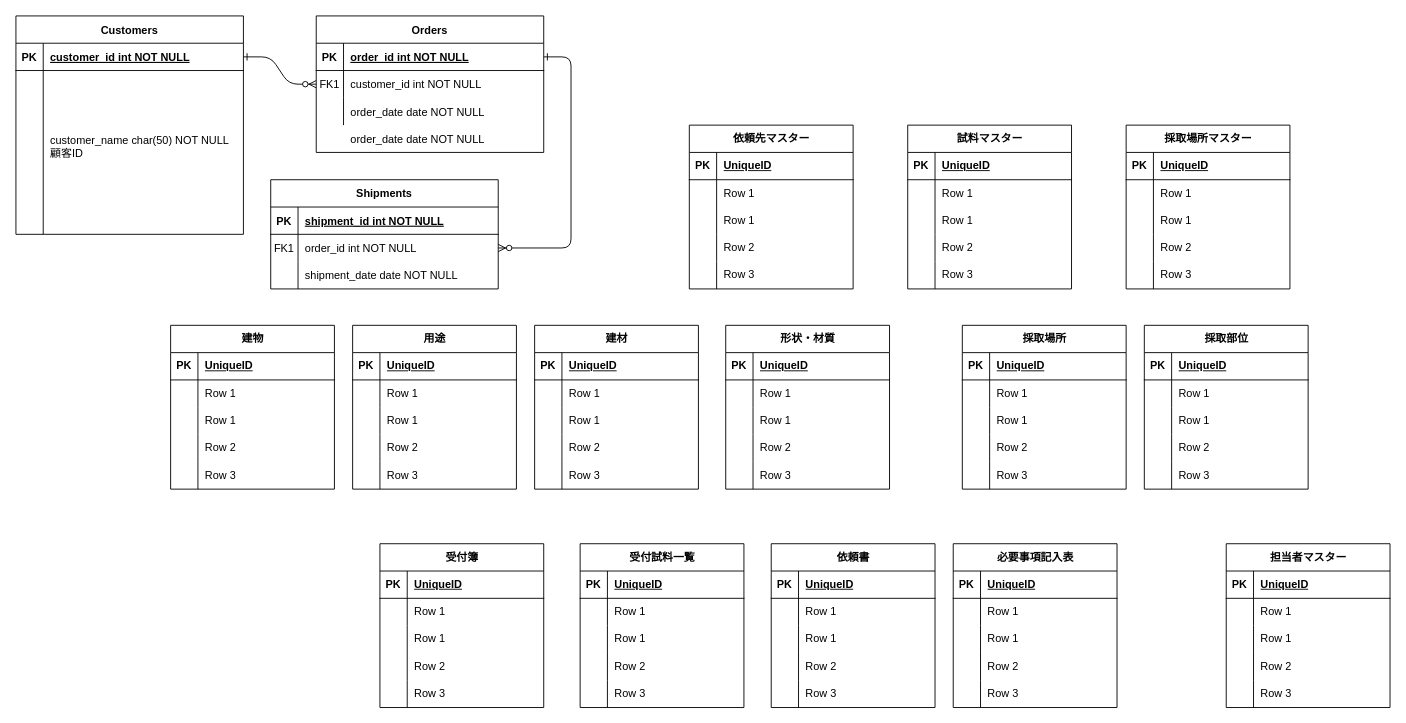
Earlier version of the draw.io diagram page "ER図" (2 of 2) of 試料分析システム.drawio (kaoru387/draw.io). Source tidied: cells renumbered, new cells numbered last; positions are measured from the earlier drawing's top-left corner, leaving out a move shared by most shapes. Both pictures are drawn from the tidied source at 91%, with x=0, y=0 at pixel (15, 15).
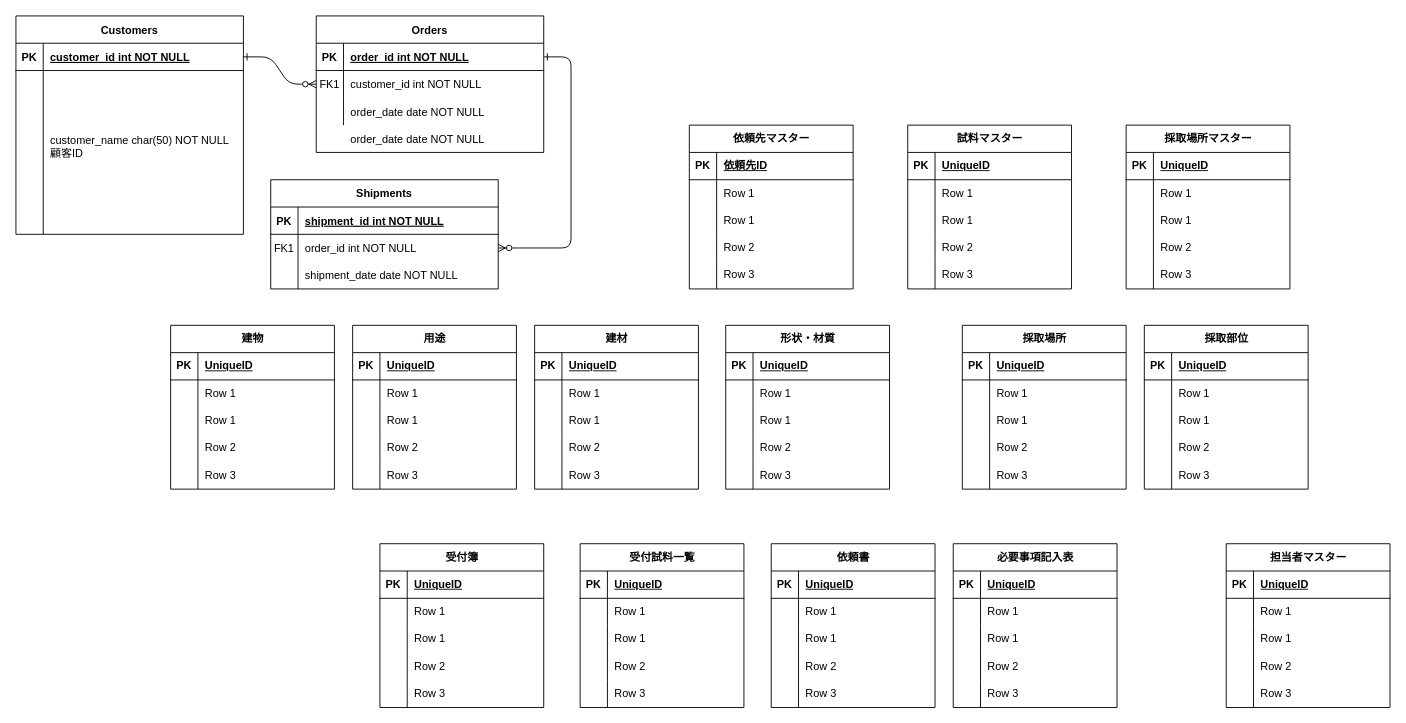
After the change.

The change refers to these unchanged cells:
```xml
<mxCell id="113" style="shape=tableRow;horizontal=0;startSize=0;swimlaneHead=0;swimlaneBody=0;fillColor=none;top=0;left=0;right=0;bottom=1;" parent="112" vertex="1">
  <mxGeometry y="30" width="180" height="30" as="geometry" />
</mxCell>
```

Change to the diagram source:
```diff
@@
-    <mxCell id="115" value="UniqueID" style="shape=partialRectangle;fillColor=none;top=0;left=0;bottom=0;right=0;align=left;spacingLeft=6;fontStyle=5;overflow=hidden;whiteSpace=wrap;html=1;" parent="113" vertex="1">
+    <mxCell id="115" value="依頼先ID" style="shape=partialRectangle;fillColor=none;top=0;left=0;bottom=0;right=0;align=left;spacingLeft=6;fontStyle=5;overflow=hidden;whiteSpace=wrap;html=1;" parent="113" vertex="1">
       <mxGeometry x="30" width="150" height="30" as="geometry" />
     </mxCell>
```
